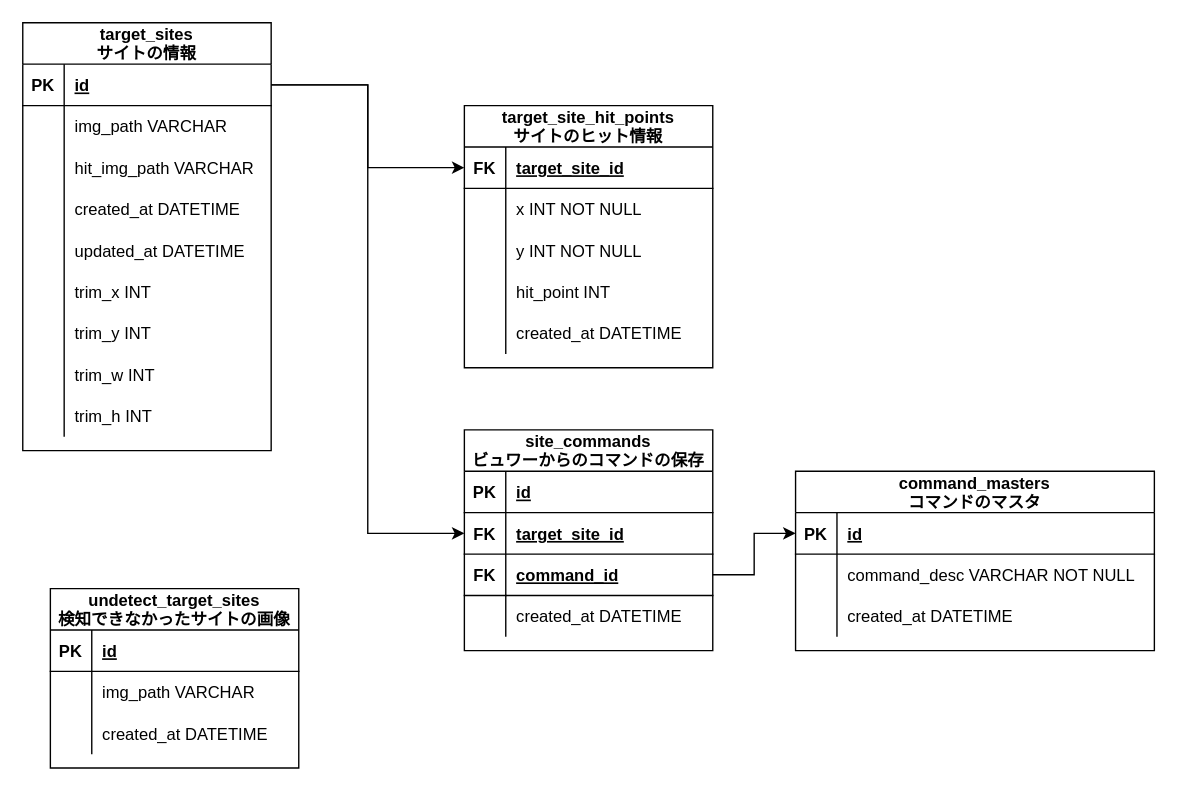
Above: page "ap2n-db struct" (2 of 2) of ap2n-flow.drawio in GTech9971/ApocalypseNow (draw.io), before the change. Source tidied: cells renumbered, new cells numbered last; positions are measured from the earlier drawing's top-left corner, leaving out a move shared by most shapes. Both pictures are drawn from the tidied source at 138%, with x=0, y=0 at pixel (22, 22).
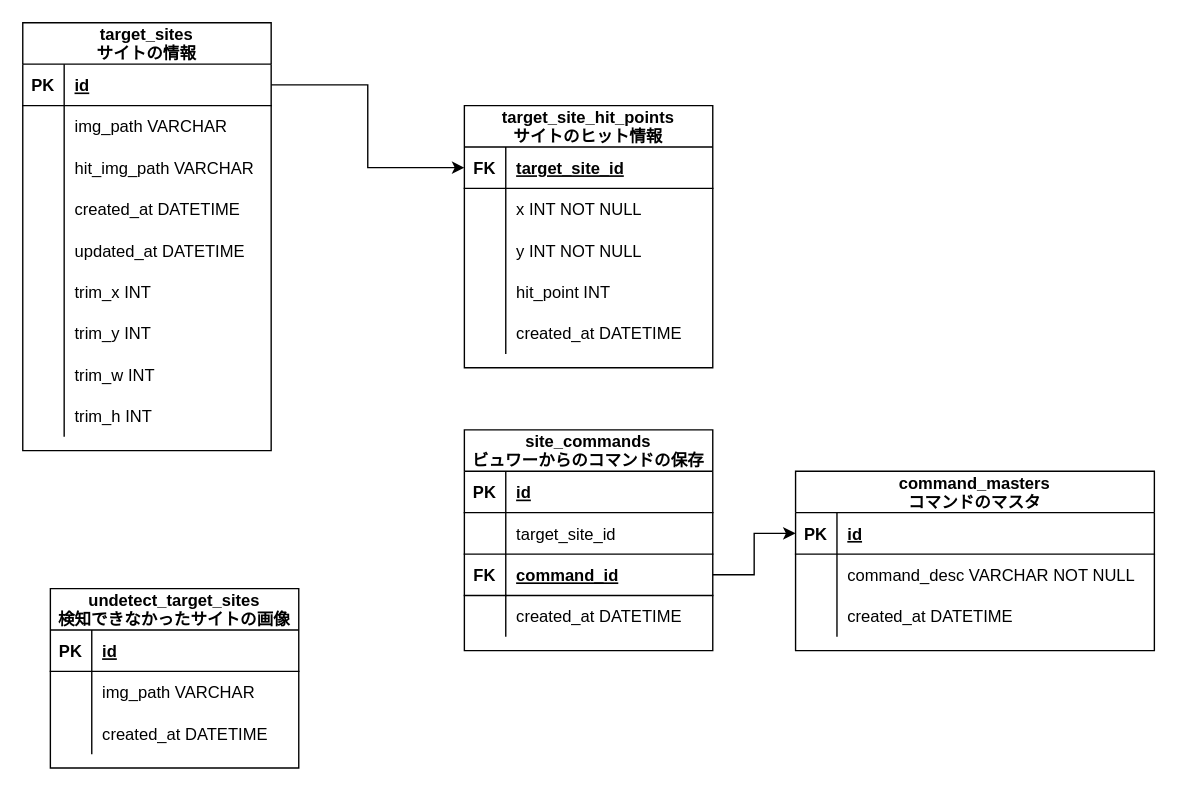
Above is the later version.

Unchanged cells that the change refers to:
```xml
<mxCell id="3" style="shape=tableRow;horizontal=0;startSize=0;swimlaneHead=0;swimlaneBody=0;fillColor=none;points=[[0,0.5],[1,0.5]];portConstraint=eastwest;top=0;left=0;right=0;bottom=1;" parent="2" vertex="1">
  <mxGeometry y="30" width="180" height="30" as="geometry" />
</mxCell>
<mxCell id="61" style="shape=tableRow;horizontal=0;startSize=0;swimlaneHead=0;swimlaneBody=0;fillColor=none;points=[[0,0.5],[1,0.5]];portConstraint=eastwest;top=0;left=0;right=0;bottom=1;" parent="57" vertex="1">
  <mxGeometry y="60" width="180" height="30" as="geometry" />
</mxCell>
```

Change to the diagram source:
```diff
@@
-    <mxCell id="62" value="FK" style="shape=partialRectangle;fillColor=none;top=0;left=0;bottom=0;right=0;fontStyle=1;overflow=hidden;" parent="61" vertex="1">
+    <mxCell id="62" style="shape=partialRectangle;fillColor=none;top=0;left=0;bottom=0;right=0;fontStyle=1;overflow=hidden;" parent="61" vertex="1">
       <mxGeometry width="30" height="30" as="geometry" />
     </mxCell>
-    <mxCell id="63" value="target_site_id" style="shape=partialRectangle;fillColor=none;top=0;left=0;bottom=0;right=0;align=left;spacingLeft=6;fontStyle=5;overflow=hidden;" parent="61" vertex="1">
+    <mxCell id="63" value="target_site_id" style="shape=partialRectangle;fillColor=none;top=0;left=0;bottom=0;right=0;align=left;spacingLeft=6;fontStyle=0;overflow=hidden;" parent="61" vertex="1">
       <mxGeometry x="30" width="150" height="30" as="geometry" />
     </mxCell>
@@
-    <mxCell id="70" style="edgeStyle=orthogonalEdgeStyle;rounded=0;jettySize=auto;html=1;entryX=0;entryY=0.5;entryDx=0;entryDy=0;" parent="1" edge="1" source="3" target="61">
-      <mxGeometry relative="1" as="geometry" />
-    </mxCell>
```
